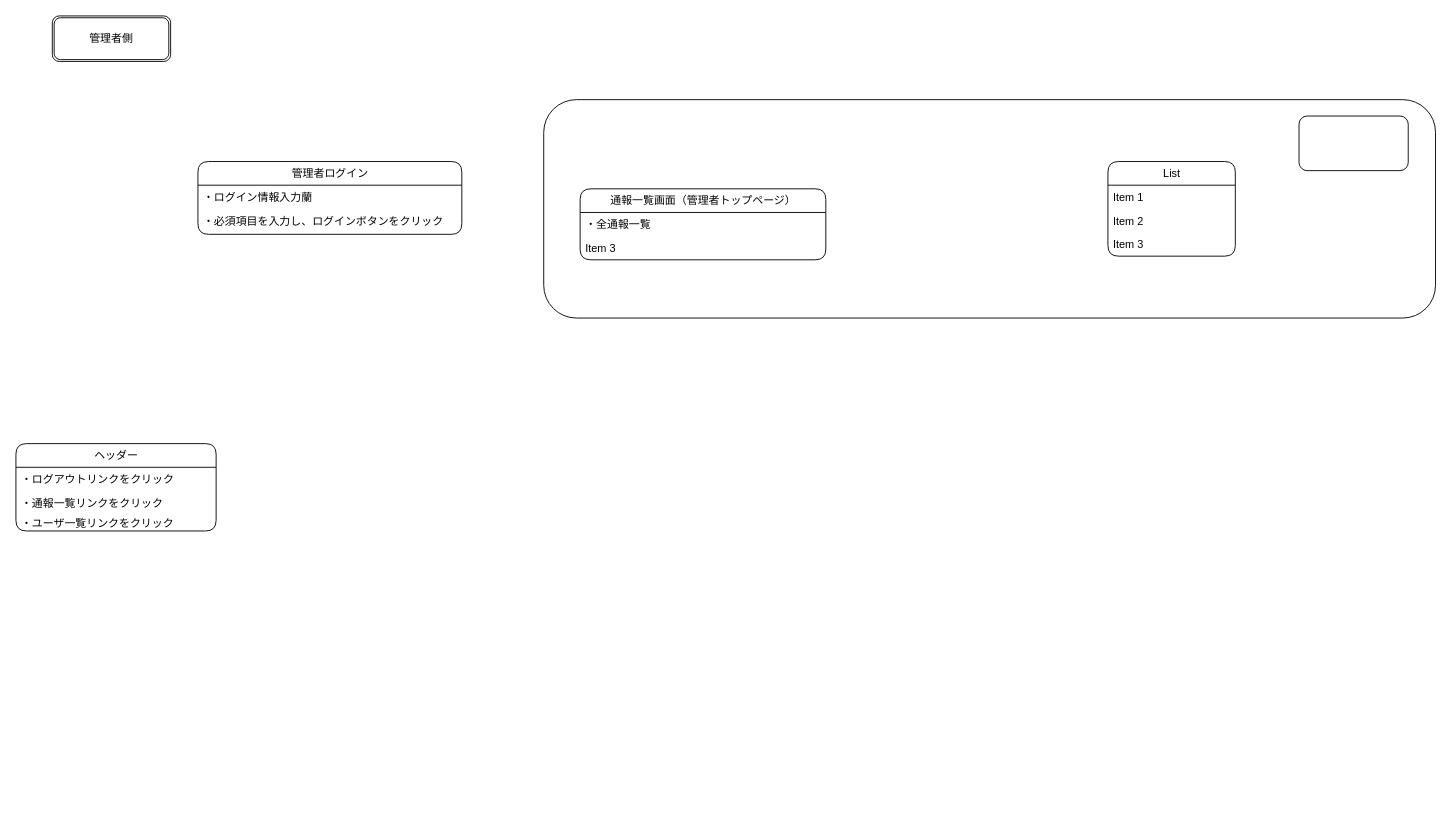
This is Tabekiro-uo_UI_Flows.drawio from yuna096740/ER_practice, a draw.io file, before an edit. Source tidied: cells renumbered, new cells numbered last; positions are measured from the earlier drawing's top-left corner, leaving out a move shared by most shapes. Both pictures are drawn from the tidied source at 91%, with x=0, y=0 at pixel (15, 15).
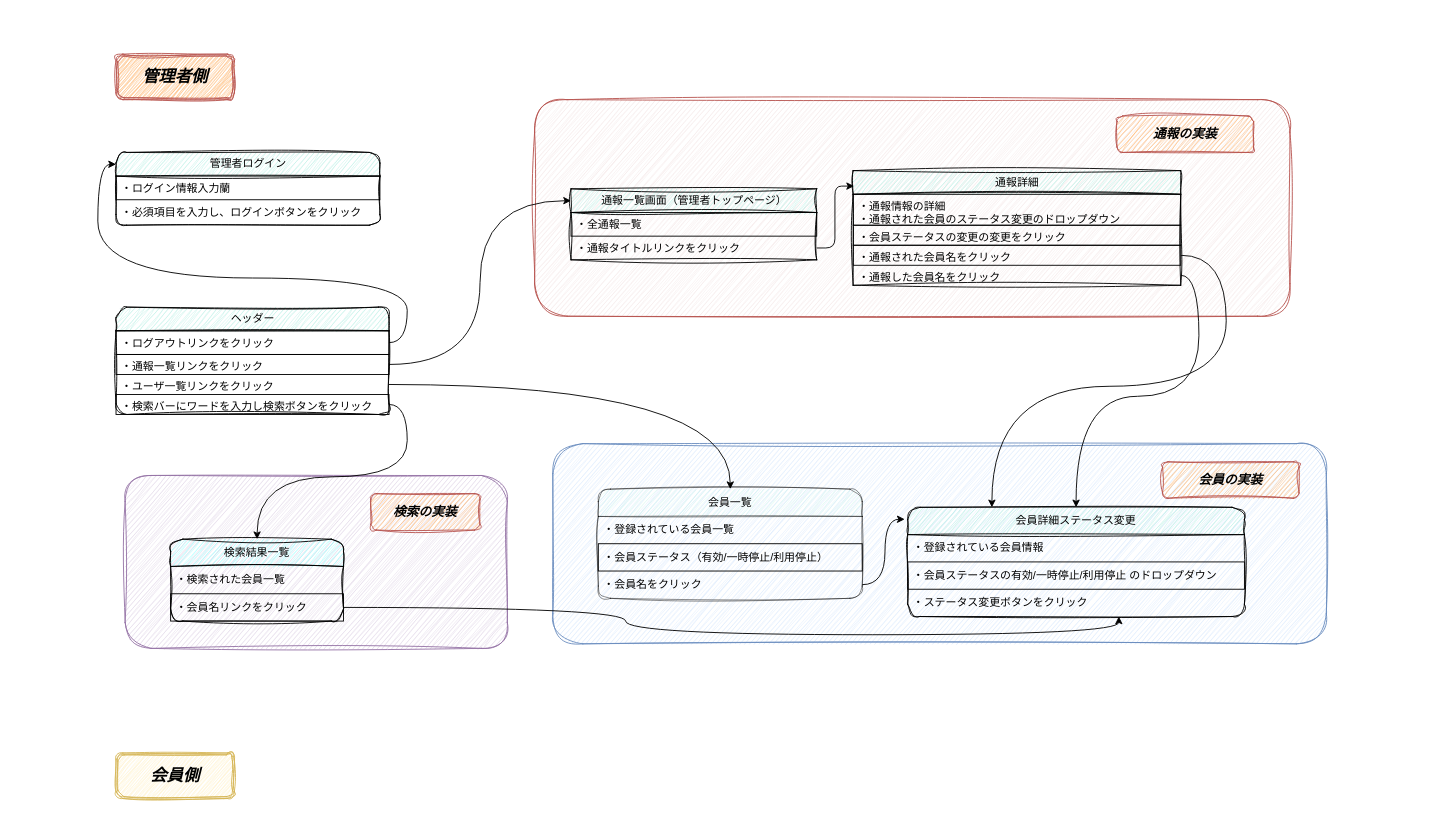
The same page after the edit.

Commit message:
Tabekiro-uo_UI_Flows.drawio を更新します

Change to the diagram source:
```diff
@@
+    <mxCell id="19" style="rounded=1;whiteSpace=wrap;html=1;fillColor=#dae8fc;strokeColor=#6c8ebf;glass=0;sketch=1;curveFitting=1;jiggle=2;" parent="1" vertex="1">
+      <mxGeometry x="590" y="470" width="850" height="220" as="geometry" />
+    </mxCell>
-    <mxCell id="2" style="rounded=1;whiteSpace=wrap;html=1;labelBackgroundColor=none;" parent="1" vertex="1">
-      <mxGeometry x="580" y="92" width="980" height="240" as="geometry" />
+    <mxCell id="2" style="rounded=1;whiteSpace=wrap;html=1;labelBackgroundColor=none;fillColor=#f4e7e7;strokeColor=#b85450;fillStyle=auto;sketch=1;curveFitting=1;jiggle=2;" parent="1" vertex="1">
+      <mxGeometry x="570" y="92" width="830" height="238" as="geometry" />
     </mxCell>
-    <mxCell id="3" value="管理者ログイン" style="swimlane;fontStyle=0;horizontal=1;startSize=26;fillColor=none;html=1;rounded=1;labelBackgroundColor=none;" parent="1" vertex="1">
-      <mxGeometry x="200" y="160" width="290" height="80" as="geometry" />
+    <mxCell id="3" value="管理者ログイン" style="swimlane;fontStyle=0;horizontal=1;startSize=26;fillColor=#b9efe4;html=1;rounded=1;labelBackgroundColor=none;sketch=1;curveFitting=1;jiggle=2;shadow=0;" parent="1" vertex="1">
+      <mxGeometry x="110" y="150" width="290" height="80" as="geometry" />
     </mxCell>
-    <mxCell id="4" value="・ログイン情報入力蘭" style="text;strokeColor=none;fillColor=none;align=left;verticalAlign=top;spacingLeft=4;spacingRight=4;overflow=hidden;whiteSpace=wrap;html=1;rounded=1;labelBackgroundColor=none;" parent="3" vertex="1">
+    <mxCell id="4" value="・ログイン情報入力蘭" style="text;strokeColor=#000000;fillColor=none;align=left;verticalAlign=top;spacingLeft=4;spacingRight=4;overflow=hidden;whiteSpace=wrap;html=1;rounded=0;labelBackgroundColor=none;" parent="3" vertex="1">
       <mxGeometry y="26" width="290" height="26" as="geometry" />
     </mxCell>
-    <mxCell id="5" value="・必須項目を入力し、ログインボタンをクリック" style="text;strokeColor=none;fillColor=none;align=left;verticalAlign=top;spacingLeft=4;spacingRight=4;overflow=hidden;whiteSpace=wrap;html=1;rounded=1;labelBackgroundColor=none;" parent="3" vertex="1">
+    <mxCell id="5" value="・必須項目を入力し、ログインボタンをクリック" style="text;strokeColor=none;fillColor=none;align=left;verticalAlign=top;spacingLeft=4;spacingRight=4;overflow=hidden;whiteSpace=wrap;html=1;rounded=0;labelBackgroundColor=none;" parent="3" vertex="1">
       <mxGeometry y="52" width="290" height="28" as="geometry" />
     </mxCell>
-    <mxCell id="6" value="管理者側" style="shape=ext;double=1;rounded=1;whiteSpace=wrap;html=1;labelBackgroundColor=none;" parent="1" vertex="1">
-      <mxGeometry x="40" width="130" height="50" as="geometry" />
+    <mxCell id="6" value="&lt;font style=&quot;font-size: 18px;&quot;&gt;&lt;b&gt;&lt;i&gt;管理者側&lt;/i&gt;&lt;/b&gt;&lt;/font&gt;" style="shape=ext;double=1;rounded=1;whiteSpace=wrap;html=1;labelBackgroundColor=none;sketch=1;curveFitting=1;jiggle=2;fillColor=#FFB570;strokeColor=#b85450;" parent="1" vertex="1">
+      <mxGeometry x="110" y="42" width="130" height="50" as="geometry" />
     </mxCell>
-    <mxCell id="7" value="List" style="swimlane;fontStyle=0;horizontal=1;startSize=26;fillColor=none;html=1;rounded=1;labelBackgroundColor=none;" parent="1" vertex="1">
-      <mxGeometry x="1200" y="160" width="140" height="104" as="geometry" />
+    <mxCell id="7" value="通報詳細" style="swimlane;fontStyle=0;horizontal=1;startSize=26;fillColor=#b9efe4;html=1;rounded=0;labelBackgroundColor=none;sketch=1;curveFitting=1;jiggle=2;shadow=0;" parent="1" vertex="1">
+      <mxGeometry x="920" y="170" width="360" height="126" as="geometry" />
     </mxCell>
-    <mxCell id="8" value="Item 1" style="text;strokeColor=none;fillColor=none;align=left;verticalAlign=top;spacingLeft=4;spacingRight=4;overflow=hidden;whiteSpace=wrap;html=1;rounded=1;labelBackgroundColor=none;" parent="7" vertex="1">
-      <mxGeometry y="26" width="140" height="26" as="geometry" />
+    <mxCell id="8" value="・通報情報の詳細&lt;br&gt;・通報された会員のステータス変更のドロップダウン" style="text;strokeColor=#000000;fillColor=none;align=left;verticalAlign=top;spacingLeft=4;spacingRight=4;overflow=hidden;whiteSpace=wrap;html=1;rounded=0;labelBackgroundColor=none;" parent="7" vertex="1">
+      <mxGeometry y="26" width="360" height="34" as="geometry" />
     </mxCell>
-    <mxCell id="9" value="Item 2" style="text;strokeColor=none;fillColor=none;align=left;verticalAlign=top;spacingLeft=4;spacingRight=4;overflow=hidden;whiteSpace=wrap;html=1;rounded=1;labelBackgroundColor=none;" parent="7" vertex="1">
-      <mxGeometry y="52" width="140" height="26" as="geometry" />
-    </mxCell>
-    <mxCell id="10" value="Item 3" style="text;strokeColor=none;fillColor=none;align=left;verticalAlign=top;spacingLeft=4;spacingRight=4;overflow=hidden;whiteSpace=wrap;html=1;rounded=1;labelBackgroundColor=none;" parent="7" vertex="1">
-      <mxGeometry y="78" width="140" height="26" as="geometry" />
+    <mxCell id="10" value="・会員ステータスの変更の変更をクリック" style="text;strokeColor=#000000;fillColor=none;align=left;verticalAlign=top;spacingLeft=4;spacingRight=4;overflow=hidden;whiteSpace=wrap;html=1;rounded=0;labelBackgroundColor=none;" parent="7" vertex="1">
+      <mxGeometry y="60" width="360" height="22" as="geometry" />
     </mxCell>
+    <mxCell id="20" value="・通報された会員名をクリック" style="text;strokeColor=#000000;fillColor=none;align=left;verticalAlign=top;spacingLeft=4;spacingRight=4;overflow=hidden;points=[[0,0.5],[1,0.5]];portConstraint=eastwest;whiteSpace=wrap;html=1;rounded=0;labelBackgroundColor=none;" parent="7" vertex="1">
+      <mxGeometry y="82" width="360" height="22" as="geometry" />
+    </mxCell>
+    <mxCell id="21" value="・通報した会員名をクリック" style="text;strokeColor=none;fillColor=none;align=left;verticalAlign=top;spacingLeft=4;spacingRight=4;overflow=hidden;points=[[0,0.5],[1,0.5]];portConstraint=eastwest;whiteSpace=wrap;html=1;rounded=0;labelBackgroundColor=none;" parent="7" vertex="1">
+      <mxGeometry y="104" width="360" height="22" as="geometry" />
+    </mxCell>
-    <mxCell id="11" value="ヘッダー" style="swimlane;fontStyle=0;horizontal=1;startSize=26;fillColor=none;html=1;rounded=1;labelBackgroundColor=none;" parent="1" vertex="1">
-      <mxGeometry y="470" width="220" height="96" as="geometry" />
+    <mxCell id="11" value="ヘッダー" style="swimlane;fontStyle=0;horizontal=1;startSize=26;fillColor=#b9efe4;html=1;rounded=1;labelBackgroundColor=none;sketch=1;curveFitting=1;jiggle=2;shadow=0;" parent="1" vertex="1">
+      <mxGeometry x="110" y="320" width="300" height="118" as="geometry" />
     </mxCell>
-    <mxCell id="12" value="・ログアウトリンクをクリック" style="text;strokeColor=none;fillColor=none;align=left;verticalAlign=top;spacingLeft=4;spacingRight=4;overflow=hidden;points=[[0,0.5],[1,0.5]];portConstraint=eastwest;whiteSpace=wrap;html=1;rounded=1;labelBackgroundColor=none;" parent="11" vertex="1">
-      <mxGeometry y="26" width="220" height="26" as="geometry" />
+    <mxCell id="12" value="・ログアウトリンクをクリック" style="text;strokeColor=#000000;fillColor=none;align=left;verticalAlign=top;spacingLeft=4;spacingRight=4;overflow=hidden;points=[[0,0.5],[1,0.5]];portConstraint=eastwest;whiteSpace=wrap;html=1;rounded=0;labelBackgroundColor=none;" parent="11" vertex="1">
+      <mxGeometry y="26" width="300" height="26" as="geometry" />
     </mxCell>
-    <mxCell id="13" value="・通報一覧リンクをクリック" style="text;strokeColor=none;fillColor=none;align=left;verticalAlign=top;spacingLeft=4;spacingRight=4;overflow=hidden;points=[[0,0.5],[1,0.5]];portConstraint=eastwest;whiteSpace=wrap;html=1;rounded=1;labelBackgroundColor=none;" parent="11" vertex="1">
-      <mxGeometry y="52" width="220" height="22" as="geometry" />
+    <mxCell id="13" value="・通報一覧リンクをクリック" style="text;strokeColor=#000000;fillColor=none;align=left;verticalAlign=top;spacingLeft=4;spacingRight=4;overflow=hidden;points=[[0,0.5],[1,0.5]];portConstraint=eastwest;whiteSpace=wrap;html=1;rounded=0;labelBackgroundColor=none;" parent="11" vertex="1">
+      <mxGeometry y="52" width="300" height="22" as="geometry" />
     </mxCell>
-    <mxCell id="14" value="・ユーザ一覧リンクをクリック" style="text;strokeColor=none;fillColor=none;align=left;verticalAlign=top;spacingLeft=4;spacingRight=4;overflow=hidden;points=[[0,0.5],[1,0.5]];portConstraint=eastwest;whiteSpace=wrap;html=1;rounded=1;labelBackgroundColor=none;" parent="11" vertex="1">
-      <mxGeometry y="74" width="220" height="22" as="geometry" />
+    <mxCell id="14" value="・ユーザ一覧リンクをクリック" style="text;strokeColor=none;fillColor=none;align=left;verticalAlign=top;spacingLeft=4;spacingRight=4;overflow=hidden;points=[[0,0.5],[1,0.5]];portConstraint=eastwest;whiteSpace=wrap;html=1;rounded=0;labelBackgroundColor=none;" parent="11" vertex="1">
+      <mxGeometry y="74" width="300" height="22" as="geometry" />
     </mxCell>
+    <mxCell id="22" value="・検索バーにワードを入力し検索ボタンをクリック" style="text;strokeColor=#000000;fillColor=none;align=left;verticalAlign=top;spacingLeft=4;spacingRight=4;overflow=hidden;points=[[0,0.5],[1,0.5]];portConstraint=eastwest;whiteSpace=wrap;html=1;rounded=0;labelBackgroundColor=none;" parent="11" vertex="1">
+      <mxGeometry y="96" width="300" height="22" as="geometry" />
+    </mxCell>
-    <mxCell id="15" value="通報一覧画面（管理者トップページ）" style="swimlane;fontStyle=0;horizontal=1;startSize=26;fillColor=none;html=1;rounded=1;labelBackgroundColor=none;" parent="1" vertex="1">
-      <mxGeometry x="620" y="190" width="270" height="78" as="geometry" />
+    <mxCell id="15" value="通報一覧画面（管理者トップページ）" style="swimlane;fontStyle=0;horizontal=1;startSize=26;fillColor=#b9efe4;html=1;rounded=0;labelBackgroundColor=none;glass=0;sketch=1;curveFitting=1;jiggle=2;shadow=0;" parent="1" vertex="1">
+      <mxGeometry x="610" y="190" width="270" height="78" as="geometry" />
     </mxCell>
-    <mxCell id="16" value="・全通報一覧" style="text;strokeColor=none;fillColor=none;align=left;verticalAlign=top;spacingLeft=4;spacingRight=4;overflow=hidden;whiteSpace=wrap;html=1;rounded=1;labelBackgroundColor=none;" parent="15" vertex="1">
+    <mxCell id="16" value="・全通報一覧" style="text;strokeColor=#000000;fillColor=none;align=left;verticalAlign=top;spacingLeft=4;spacingRight=4;overflow=hidden;whiteSpace=wrap;html=1;rounded=0;labelBackgroundColor=none;" parent="15" vertex="1">
       <mxGeometry y="26" width="270" height="26" as="geometry" />
     </mxCell>
-    <mxCell id="17" value="Item 3" style="text;strokeColor=none;fillColor=none;align=left;verticalAlign=top;spacingLeft=4;spacingRight=4;overflow=hidden;points=[[0,0.5],[1,0.5]];portConstraint=eastwest;whiteSpace=wrap;html=1;rounded=1;labelBackgroundColor=none;" parent="15" vertex="1">
+    <mxCell id="17" value="・通報タイトルリンクをクリック" style="text;strokeColor=none;fillColor=none;align=left;verticalAlign=top;spacingLeft=4;spacingRight=4;overflow=hidden;points=[[0,0.5],[1,0.5]];portConstraint=eastwest;whiteSpace=wrap;html=1;rounded=0;labelBackgroundColor=none;" parent="15" vertex="1">
       <mxGeometry y="52" width="270" height="26" as="geometry" />
     </mxCell>
-    <mxCell id="18" style="rounded=1;whiteSpace=wrap;html=1;labelBackgroundColor=none;" parent="1" vertex="1">
-      <mxGeometry x="1410" y="110" width="120" height="60" as="geometry" />
+    <mxCell id="18" value="&lt;i&gt;&lt;font style=&quot;font-size: 14px;&quot;&gt;&lt;b&gt;通報の実装&lt;/b&gt;&lt;/font&gt;&lt;/i&gt;" style="rounded=1;whiteSpace=wrap;html=1;labelBackgroundColor=none;sketch=1;curveFitting=1;jiggle=2;fillColor=#FFB570;strokeColor=#b85450;" parent="1" vertex="1">
+      <mxGeometry x="1210" y="110" width="150" height="40" as="geometry" />
     </mxCell>
+    <mxCell id="23" style="edgeStyle=orthogonalEdgeStyle;jettySize=auto;html=1;exitX=1;exitY=0.5;exitDx=0;exitDy=0;entryX=0;entryY=0.163;entryDx=0;entryDy=0;entryPerimeter=0;curved=1;" parent="1" edge="1" source="12" target="3">
+      <mxGeometry relative="1" as="geometry" />
+    </mxCell>
+    <mxCell id="24" style="edgeStyle=orthogonalEdgeStyle;jettySize=auto;html=1;exitX=1;exitY=0.5;exitDx=0;exitDy=0;entryX=0;entryY=0.167;entryDx=0;entryDy=0;entryPerimeter=0;curved=1;" parent="1" edge="1" source="13" target="15">
+      <mxGeometry relative="1" as="geometry" />
+    </mxCell>
+    <mxCell id="25" value="&lt;b&gt;&lt;font style=&quot;font-size: 14px;&quot;&gt;&lt;i&gt;会員の実装&lt;/i&gt;&lt;/font&gt;&lt;/b&gt;" style="rounded=1;whiteSpace=wrap;html=1;sketch=1;curveFitting=1;jiggle=2;fillColor=#FFB570;strokeColor=#b85450;" parent="1" vertex="1">
+      <mxGeometry x="1260" y="490" width="150" height="40" as="geometry" />
+    </mxCell>
+    <mxCell id="26" value="会員一覧" style="swimlane;fontStyle=0;horizontal=1;startSize=30;whiteSpace=wrap;html=1;sketch=1;curveFitting=1;jiggle=2;rounded=1;shadow=0;glass=0;opacity=50;gradientColor=none;fillColor=#b9efe4;swimlaneLine=1;" parent="1" vertex="1">
+      <mxGeometry x="640" y="520" width="290" height="120" as="geometry" />
+    </mxCell>
+    <mxCell id="27" value="・登録されている会員一覧" style="text;strokeColor=none;fillColor=none;align=left;verticalAlign=middle;spacingLeft=4;spacingRight=4;overflow=hidden;whiteSpace=wrap;html=1;" parent="26" vertex="1">
+      <mxGeometry y="30" width="290" height="30" as="geometry" />
+    </mxCell>
+    <mxCell id="28" value="・会員ステータス（有効/一時停止/利用停止）" style="text;strokeColor=#000000;fillColor=none;align=left;verticalAlign=middle;spacingLeft=4;spacingRight=4;overflow=hidden;whiteSpace=wrap;html=1;" parent="26" vertex="1">
+      <mxGeometry y="60" width="290" height="30" as="geometry" />
+    </mxCell>
+    <mxCell id="29" value="・会員名をクリック" style="text;strokeColor=none;fillColor=none;align=left;verticalAlign=middle;spacingLeft=4;spacingRight=4;overflow=hidden;points=[[0,0.5],[1,0.5]];portConstraint=eastwest;whiteSpace=wrap;html=1;" parent="26" vertex="1">
+      <mxGeometry y="90" width="290" height="30" as="geometry" />
+    </mxCell>
+    <mxCell id="30" value="会員詳細ステータス変更" style="swimlane;fontStyle=0;horizontal=1;startSize=30;whiteSpace=wrap;html=1;rounded=1;fillColor=#b9efe4;sketch=1;curveFitting=1;jiggle=2;" parent="1" vertex="1">
+      <mxGeometry x="980" y="540" width="370" height="120" as="geometry" />
+    </mxCell>
+    <mxCell id="31" value="・登録されている会員情報" style="text;strokeColor=none;fillColor=none;align=left;verticalAlign=middle;spacingLeft=4;spacingRight=4;overflow=hidden;whiteSpace=wrap;html=1;" parent="30" vertex="1">
+      <mxGeometry y="30" width="370" height="30" as="geometry" />
+    </mxCell>
+    <mxCell id="32" value="・会員ステータスの有効/一時停止/利用停止 のドロップダウン" style="text;strokeColor=#000000;fillColor=none;align=left;verticalAlign=middle;spacingLeft=4;spacingRight=4;overflow=hidden;whiteSpace=wrap;html=1;" parent="30" vertex="1">
+      <mxGeometry y="60" width="370" height="30" as="geometry" />
+    </mxCell>
+    <mxCell id="33" value="・ステータス変更ボタンをクリック" style="text;strokeColor=none;fillColor=none;align=left;verticalAlign=middle;spacingLeft=4;spacingRight=4;overflow=hidden;points=[[0,0.5],[1,0.5]];portConstraint=eastwest;whiteSpace=wrap;html=1;" parent="30" vertex="1">
+      <mxGeometry y="90" width="370" height="30" as="geometry" />
+    </mxCell>
+    <mxCell id="34" style="edgeStyle=orthogonalEdgeStyle;jettySize=auto;html=1;curved=1;" parent="1" edge="1" source="21" target="30">
+      <mxGeometry relative="1" as="geometry" />
+    </mxCell>
+    <mxCell id="35" style="edgeStyle=orthogonalEdgeStyle;jettySize=auto;html=1;entryX=0.25;entryY=0;entryDx=0;entryDy=0;jumpStyle=gap;jumpSize=10;curved=1;" parent="1" edge="1" source="20" target="30">
+      <mxGeometry relative="1" as="geometry">
+        <Array as="points">
+          <mxPoint x="1330" y="263" />
+          <mxPoint x="1330" y="407" />
+          <mxPoint x="1073" y="407" />
+        </Array>
+      </mxGeometry>
+    </mxCell>
+    <mxCell id="36" style="edgeStyle=orthogonalEdgeStyle;jettySize=auto;html=1;entryX=0.003;entryY=0.135;entryDx=0;entryDy=0;entryPerimeter=0;" parent="1" edge="1" source="17" target="7">
+      <mxGeometry relative="1" as="geometry" />
+    </mxCell>
+    <mxCell id="37" style="edgeStyle=orthogonalEdgeStyle;jettySize=auto;html=1;entryX=0.5;entryY=0;entryDx=0;entryDy=0;curved=1;" parent="1" edge="1" source="14" target="26">
+      <mxGeometry relative="1" as="geometry" />
+    </mxCell>
+    <mxCell id="38" style="rounded=1;whiteSpace=wrap;html=1;fillColor=#e1d5e7;strokeColor=#9673a6;glass=0;sketch=1;curveFitting=1;jiggle=2;" parent="1" vertex="1">
+      <mxGeometry x="120" y="505" width="420" height="190" as="geometry" />
+    </mxCell>
+    <mxCell id="39" value="検索結果一覧" style="swimlane;fontStyle=0;horizontal=1;startSize=30;whiteSpace=wrap;html=1;sketch=1;curveFitting=1;jiggle=2;shadow=0;rounded=1;fillColor=#99FFFF;" parent="1" vertex="1">
+      <mxGeometry x="170" y="575" width="190" height="90" as="geometry" />
+    </mxCell>
+    <mxCell id="40" value="・検索された会員一覧" style="text;strokeColor=none;fillColor=none;align=left;verticalAlign=middle;spacingLeft=4;spacingRight=4;overflow=hidden;whiteSpace=wrap;html=1;" parent="39" vertex="1">
+      <mxGeometry y="30" width="190" height="30" as="geometry" />
+    </mxCell>
+    <mxCell id="41" value="・会員名リンクをクリック" style="text;strokeColor=#000000;fillColor=none;align=left;verticalAlign=middle;spacingLeft=4;spacingRight=4;overflow=hidden;points=[[0,0.5],[1,0.5]];portConstraint=eastwest;whiteSpace=wrap;html=1;" parent="39" vertex="1">
+      <mxGeometry y="60" width="190" height="30" as="geometry" />
+    </mxCell>
+    <mxCell id="42" value="&lt;b&gt;&lt;font style=&quot;font-size: 14px;&quot;&gt;&lt;i&gt;検索の実装&lt;/i&gt;&lt;/font&gt;&lt;/b&gt;" style="rounded=1;whiteSpace=wrap;html=1;shadow=0;sketch=1;curveFitting=1;jiggle=2;strokeWidth=1;fillColor=#FFB570;strokeColor=#b85450;" parent="1" vertex="1">
+      <mxGeometry x="390" y="525" width="120" height="40" as="geometry" />
+    </mxCell>
+    <mxCell id="43" style="edgeStyle=orthogonalEdgeStyle;jettySize=auto;html=1;entryX=0.5;entryY=0;entryDx=0;entryDy=0;curved=1;" parent="1" edge="1" source="22" target="39">
+      <mxGeometry relative="1" as="geometry" />
+    </mxCell>
+    <mxCell id="44" style="edgeStyle=orthogonalEdgeStyle;jettySize=auto;html=1;entryX=0.627;entryY=1;entryDx=0;entryDy=0;entryPerimeter=0;curved=1;" parent="1" edge="1" source="41" target="33">
+      <mxGeometry relative="1" as="geometry" />
+    </mxCell>
+    <mxCell id="45" style="edgeStyle=orthogonalEdgeStyle;jettySize=auto;html=1;entryX=-0.009;entryY=0.109;entryDx=0;entryDy=0;entryPerimeter=0;curved=1;" parent="1" edge="1" source="29" target="30">
+      <mxGeometry relative="1" as="geometry" />
+    </mxCell>
+    <mxCell id="46" value="&lt;span style=&quot;font-size: 18px;&quot;&gt;&lt;b&gt;&lt;i&gt;会員側&lt;/i&gt;&lt;/b&gt;&lt;/span&gt;" style="shape=ext;double=1;rounded=1;whiteSpace=wrap;html=1;labelBackgroundColor=none;sketch=1;curveFitting=1;jiggle=2;fillColor=#fff2cc;strokeColor=#d6b656;" parent="1" vertex="1">
+      <mxGeometry x="110" y="810" width="130" height="50" as="geometry" />
+    </mxCell>
```
